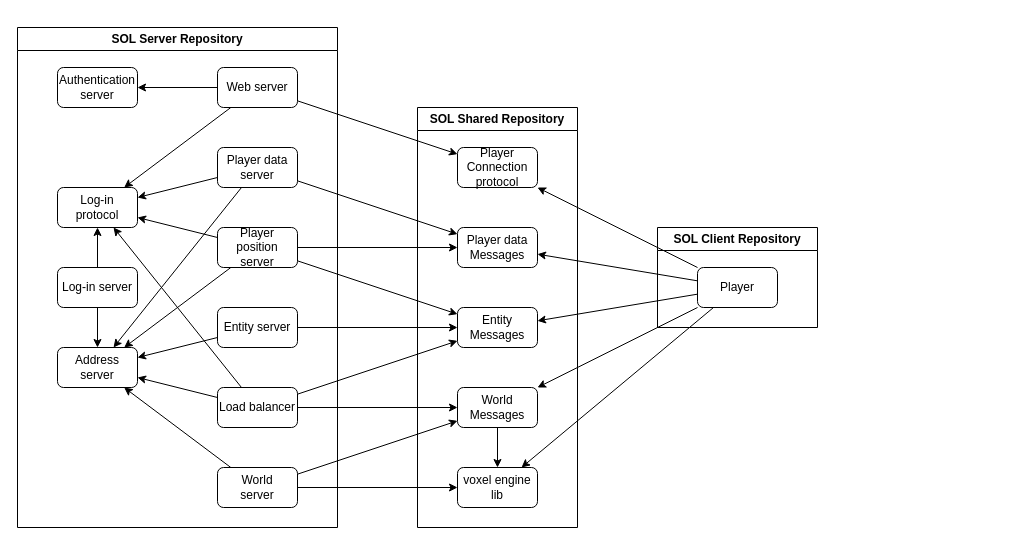
ieperen3039/SparksOfLabor keeps this draw.io diagram as page "Page-1" (1 of 2) of doc/SolModuleScheme.drawio. Above is the earlier version. Source tidied: cells renumbered, new cells numbered last; positions are measured from the earlier drawing's top-left corner, leaving out a move shared by most shapes. Both pictures are drawn from the tidied source at 100%, with x=0, y=0 at pixel (17, 27).
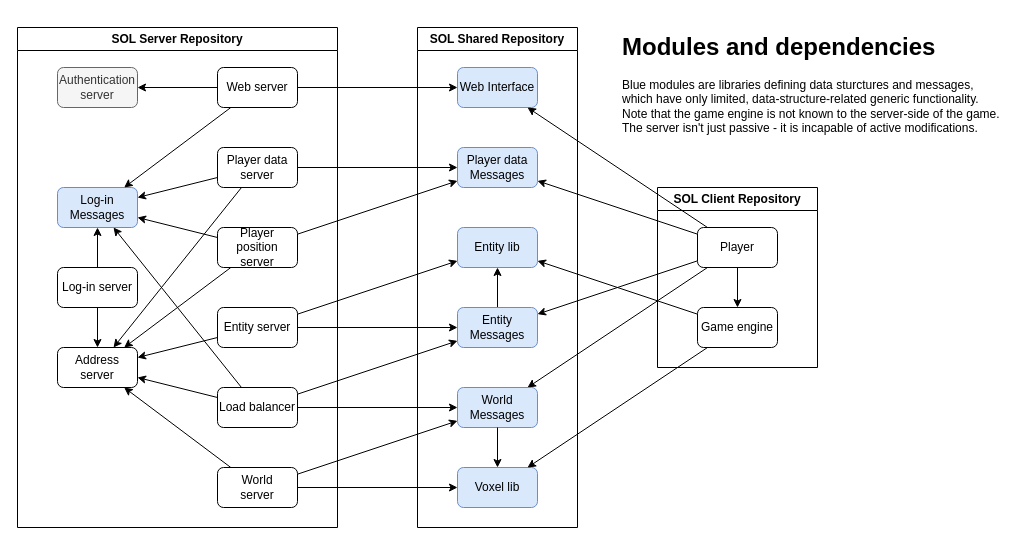
Above is the later version.

Unchanged cells that the change refers to:
```xml
<mxCell id="9" value="SOL Server Repository" style="swimlane;whiteSpace=wrap;html=1;" parent="1" vertex="1">
  <mxGeometry width="320" height="500" as="geometry" />
</mxCell>
<mxCell id="17" value="&lt;div&gt;Entity server&lt;/div&gt;" style="rounded=1;whiteSpace=wrap;html=1;" parent="9" vertex="1">
  <mxGeometry x="200" y="280" width="80" height="40" as="geometry" />
</mxCell>
<mxCell id="19" value="Player position server" style="rounded=1;whiteSpace=wrap;html=1;" parent="9" vertex="1">
  <mxGeometry x="200" y="200" width="80" height="40" as="geometry" />
</mxCell>
```

The edit, as a diff of the source:
```diff
@@
-    <mxCell id="5" style="edgeStyle=none;rounded=0;jettySize=auto;html=1;" parent="1" edge="1" source="19" target="39">
-      <mxGeometry relative="1" as="geometry" />
-    </mxCell>
@@
-    <mxCell id="23" value="Authentication server" style="rounded=1;whiteSpace=wrap;html=1;" parent="9" vertex="1">
+    <mxCell id="23" value="Authentication server" style="rounded=1;whiteSpace=wrap;html=1;fillColor=#f5f5f5;fontColor=#333333;strokeColor=#666666;" parent="9" vertex="1">
       <mxGeometry x="40" y="40" width="80" height="40" as="geometry" />
     </mxCell>
-    <mxCell id="24" value="Log-in&lt;br&gt;protocol" style="rounded=1;whiteSpace=wrap;html=1;" parent="9" vertex="1">
+    <mxCell id="24" value="Log-in&lt;br&gt;Messages" style="rounded=1;whiteSpace=wrap;html=1;fillColor=#dae8fc;strokeColor=#6c8ebf;" parent="9" vertex="1">
       <mxGeometry x="40" y="160" width="80" height="40" as="geometry" />
     </mxCell>
@@
     <mxCell id="32" value="SOL Client Repository" style="swimlane;whiteSpace=wrap;html=1;" parent="1" vertex="1">
-      <mxGeometry x="640" y="200" width="160" height="100" as="geometry" />
+      <mxGeometry x="640" y="160" width="160" height="180" as="geometry" />
     </mxCell>
+    <mxCell id="48" style="edgeStyle=none;rounded=0;jettySize=auto;html=1;" parent="32" edge="1" source="33" target="49">
+      <mxGeometry relative="1" as="geometry" />
+    </mxCell>
-    <mxCell id="33" value="&lt;div&gt;Player&lt;/div&gt;" style="rounded=1;whiteSpace=wrap;html=1;" parent="32" vertex="1">
+    <mxCell id="33" value="Player" style="rounded=1;whiteSpace=wrap;html=1;" parent="32" vertex="1">
       <mxGeometry x="40" y="40" width="80" height="40" as="geometry" />
     </mxCell>
+    <mxCell id="49" value="Game engine" style="rounded=1;whiteSpace=wrap;html=1;" parent="32" vertex="1">
+      <mxGeometry x="40" y="120" width="80" height="40" as="geometry" />
+    </mxCell>
-    <mxCell id="34" value="SOL Shared Repository" style="swimlane;whiteSpace=wrap;html=1;" parent="1" vertex="1">
-      <mxGeometry x="400" y="80" width="160" height="420" as="geometry" />
+    <mxCell id="34" value="SOL Shared Repository" style="swimlane;whiteSpace=wrap;html=1;startSize=23;" parent="1" vertex="1">
+      <mxGeometry x="400" width="160" height="500" as="geometry" />
     </mxCell>
-    <mxCell id="35" value="Player data Messages" style="rounded=1;whiteSpace=wrap;html=1;" parent="34" vertex="1">
+    <mxCell id="35" value="Player data Messages" style="rounded=1;whiteSpace=wrap;html=1;fillColor=#dae8fc;strokeColor=#6c8ebf;" parent="34" vertex="1">
       <mxGeometry x="40" y="120" width="80" height="40" as="geometry" />
     </mxCell>
-    <mxCell id="36" value="&lt;div&gt;World Messages&lt;/div&gt;" style="rounded=1;whiteSpace=wrap;html=1;" parent="34" vertex="1">
-      <mxGeometry x="40" y="280" width="80" height="40" as="geometry" />
+    <mxCell id="36" value="&lt;div&gt;World Messages&lt;/div&gt;" style="rounded=1;whiteSpace=wrap;html=1;fillColor=#dae8fc;strokeColor=#6c8ebf;" parent="34" vertex="1">
+      <mxGeometry x="40" y="360" width="80" height="40" as="geometry" />
     </mxCell>
-    <mxCell id="37" value="&lt;div&gt;voxel engine lib&lt;/div&gt;" style="rounded=1;whiteSpace=wrap;html=1;" parent="34" vertex="1">
-      <mxGeometry x="40" y="360" width="80" height="40" as="geometry" />
+    <mxCell id="37" value="&lt;div&gt;Voxel l&lt;span style=&quot;background-color: initial;&quot;&gt;ib&lt;/span&gt;&lt;/div&gt;" style="rounded=1;whiteSpace=wrap;html=1;fillColor=#dae8fc;strokeColor=#6c8ebf;" parent="34" vertex="1">
+      <mxGeometry x="40" y="440" width="80" height="40" as="geometry" />
     </mxCell>
@@
+    <mxCell id="50" style="edgeStyle=none;rounded=0;jettySize=auto;html=1;" parent="34" edge="1" source="39" target="51">
+      <mxGeometry relative="1" as="geometry" />
+    </mxCell>
-    <mxCell id="39" value="&lt;div&gt;Entity Messages&lt;/div&gt;" style="rounded=1;whiteSpace=wrap;html=1;" parent="34" vertex="1">
-      <mxGeometry x="40" y="200" width="80" height="40" as="geometry" />
+    <mxCell id="39" value="&lt;div&gt;Entity Messages&lt;/div&gt;" style="rounded=1;whiteSpace=wrap;html=1;fillColor=#dae8fc;strokeColor=#6c8ebf;" parent="34" vertex="1">
+      <mxGeometry x="40" y="280" width="80" height="40" as="geometry" />
     </mxCell>
-    <mxCell id="40" value="Player&lt;br&gt;Connection protocol" style="rounded=1;whiteSpace=wrap;html=1;" parent="34" vertex="1">
+    <mxCell id="40" value="Web Interface" style="rounded=1;whiteSpace=wrap;html=1;fillColor=#dae8fc;strokeColor=#6c8ebf;" parent="34" vertex="1">
       <mxGeometry x="40" y="40" width="80" height="40" as="geometry" />
     </mxCell>
+    <mxCell id="51" value="Entity lib" style="rounded=1;whiteSpace=wrap;html=1;fillColor=#dae8fc;strokeColor=#6c8ebf;" parent="34" vertex="1">
+      <mxGeometry x="40" y="200" width="80" height="40" as="geometry" />
+    </mxCell>
@@
-    <mxCell id="42" style="edgeStyle=none;rounded=0;jettySize=auto;html=1;fontFamily=Helvetica;fontSize=12;fontColor=default;" parent="1" edge="1" source="33" target="37">
+    <mxCell id="42" style="edgeStyle=none;rounded=0;jettySize=auto;html=1;fontFamily=Helvetica;fontSize=12;fontColor=default;" parent="1" edge="1" source="49" target="37">
       <mxGeometry relative="1" as="geometry" />
     </mxCell>
@@
+    <mxCell id="52" style="rounded=0;jettySize=auto;html=1;" parent="1" edge="1" source="17" target="51">
+      <mxGeometry relative="1" as="geometry" />
+    </mxCell>
+    <mxCell id="53" style="edgeStyle=none;rounded=0;jettySize=auto;html=1;" parent="1" edge="1" source="49" target="51">
+      <mxGeometry relative="1" as="geometry" />
+    </mxCell>
+    <mxCell id="54" value="&lt;h1&gt;Modules and dependencies&lt;/h1&gt;&lt;div&gt;Blue modules are libraries defining data sturctures and messages, which have only limited, data-structure-related generic functionality.&lt;/div&gt;&lt;div&gt;Note that the game engine is not known to the server-side of the game.&lt;/div&gt;&lt;div&gt;The server isn't just passive - it is incapable of active modifications.&lt;/div&gt;" style="text;html=1;strokeColor=none;fillColor=none;spacing=5;spacingTop=-20;whiteSpace=wrap;overflow=hidden;rounded=0;" parent="1" vertex="1">
+      <mxGeometry x="600" width="390" height="140" as="geometry" />
+    </mxCell>
```
